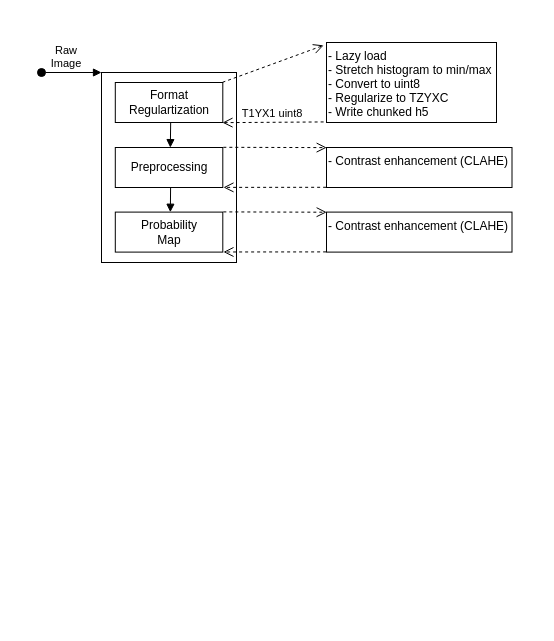
Earlier version of the draw.io diagram docs/Untitled Diagram.drawio (leogolds/MicroscopyPipeline). Source tidied: cells renumbered, new cells numbered last; positions are measured from the earlier drawing's top-left corner, leaving out a move shared by most shapes. Both pictures are drawn from the tidied source at 100%, with x=0, y=0 at pixel (41, 42).
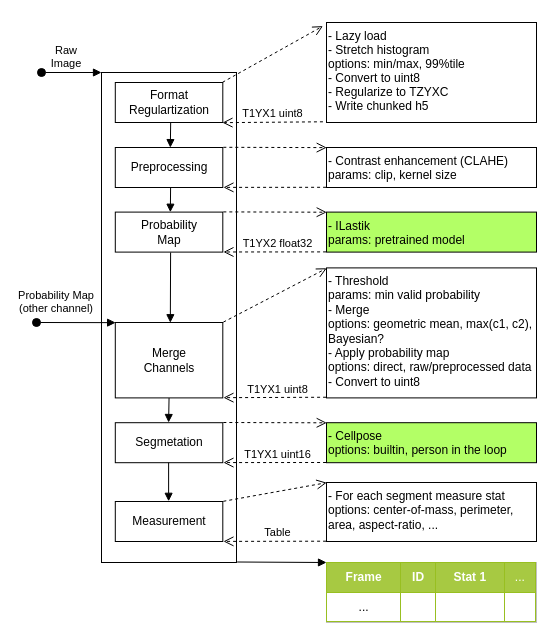
After the change.

Commit message:
image processing pipeline complete

The change refers to these unchanged cells:
```xml
<mxCell id="15" style="verticalAlign=bottom;endArrow=open;dashed=1;endSize=8;exitX=-0.002;exitY=0.995;shadow=0;strokeWidth=1;exitDx=0;exitDy=0;exitPerimeter=0;entryX=1.006;entryY=0.997;entryDx=0;entryDy=0;entryPerimeter=0;" parent="1" edge="1" source="16" target="13">
  <mxGeometry relative="1" as="geometry" />
</mxCell>
```

The edit, as a diff of the source:
```diff
@@
     <mxCell id="2" style="points=[];perimeter=orthogonalPerimeter;rounded=0;shadow=0;strokeWidth=1;" parent="1" vertex="1">
-      <mxGeometry x="60" y="30" width="135" height="190" as="geometry" />
+      <mxGeometry x="60" y="30" width="135" height="490" as="geometry" />
     </mxCell>
@@
-    <mxCell id="6" value="- Lazy load&#10;- Stretch histogram to min/max&#10;- Convert to uint8&#10;- Regularize to TZYXC&#10;- Write chunked h5" style="points=[];perimeter=orthogonalPerimeter;rounded=0;shadow=0;strokeWidth=1;verticalAlign=top;align=left;" parent="1" vertex="1">
-      <mxGeometry x="285" width="170" height="80" as="geometry" />
+    <mxCell id="6" value="- Lazy load&#10;- Stretch histogram&#10;options: min/max, 99%tile&#10;- Convert to uint8&#10;- Regularize to TZYXC&#10;- Write chunked h5" style="points=[];perimeter=orthogonalPerimeter;rounded=0;shadow=0;strokeWidth=1;verticalAlign=top;align=left;" parent="1" vertex="1">
+      <mxGeometry x="285" y="-20" width="210" height="100" as="geometry" />
     </mxCell>
@@
-    <mxCell id="11" value="- Contrast enhancement (CLAHE)" style="points=[];perimeter=orthogonalPerimeter;rounded=0;shadow=0;strokeWidth=1;verticalAlign=top;align=left;" parent="1" vertex="1">
-      <mxGeometry x="285" y="105" width="185.5" height="40" as="geometry" />
+    <mxCell id="11" value="- Contrast enhancement (CLAHE)&#10;params: clip, kernel size" style="points=[];perimeter=orthogonalPerimeter;rounded=0;shadow=0;strokeWidth=1;verticalAlign=top;align=left;" parent="1" vertex="1">
+      <mxGeometry x="285" y="105" width="210" height="40" as="geometry" />
     </mxCell>
@@
+    <mxCell id="18" value="T1YX2 float32" style="edgeLabel;html=1;align=center;verticalAlign=middle;" parent="15" vertex="1">
+      <mxGeometry x="0.5" y="2" relative="1" as="geometry">
+        <mxPoint x="28" y="-11" as="offset" />
+      </mxGeometry>
+    </mxCell>
-    <mxCell id="16" value="- Contrast enhancement (CLAHE)" style="points=[];perimeter=orthogonalPerimeter;rounded=0;shadow=0;strokeWidth=1;verticalAlign=top;align=left;" parent="1" vertex="1">
-      <mxGeometry x="285" y="169.6" width="185.5" height="40" as="geometry" />
+    <mxCell id="16" value="- ILastik&#10;params: pretrained model" style="points=[];perimeter=orthogonalPerimeter;rounded=0;shadow=0;strokeWidth=1;verticalAlign=top;align=left;labelBackgroundColor=none;fillColor=#B3FF66;" parent="1" vertex="1">
+      <mxGeometry x="285" y="169.6" width="210" height="40" as="geometry" />
     </mxCell>
@@
+    <mxCell id="19" value="Merge&#10;Channels" style="points=[];perimeter=orthogonalPerimeter;rounded=0;shadow=0;strokeWidth=1;whiteSpace=wrap;" parent="1" vertex="1">
+      <mxGeometry x="73.8" y="280" width="107.5" height="75.4" as="geometry" />
+    </mxCell>
+    <mxCell id="20" style="verticalAlign=bottom;endArrow=block;shadow=0;strokeWidth=1;exitX=0.515;exitY=1.011;exitDx=0;exitDy=0;exitPerimeter=0;entryX=0.512;entryY=0.003;entryDx=0;entryDy=0;entryPerimeter=0;" parent="1" edge="1" target="19">
+      <mxGeometry relative="1" as="geometry">
+        <mxPoint x="129.1" y="210" as="sourcePoint" />
+      </mxGeometry>
+    </mxCell>
+    <mxCell id="21" style="verticalAlign=bottom;endArrow=open;dashed=1;endSize=8;exitX=-0.002;exitY=0.995;shadow=0;strokeWidth=1;exitDx=0;exitDy=0;exitPerimeter=0;entryX=1.006;entryY=0.997;entryDx=0;entryDy=0;entryPerimeter=0;" parent="1" edge="1" source="23" target="19">
+      <mxGeometry relative="1" as="geometry" />
+    </mxCell>
+    <mxCell id="22" value="T1YX1 uint8" style="edgeLabel;html=1;align=center;verticalAlign=middle;" parent="21" vertex="1">
+      <mxGeometry x="0.5" y="2" relative="1" as="geometry">
+        <mxPoint x="28" y="-11" as="offset" />
+      </mxGeometry>
+    </mxCell>
+    <mxCell id="23" value="- Threshold&#10;params: min valid probability&#10;- Merge&#10;options: geometric mean, max(c1, c2), Bayesian?&#10;- Apply probability map&#10;options: direct, raw/preprocessed data&#10;- Convert to uint8" style="points=[];perimeter=orthogonalPerimeter;rounded=0;shadow=0;strokeWidth=1;verticalAlign=top;align=left;whiteSpace=wrap;" parent="1" vertex="1">
+      <mxGeometry x="285" y="225.4" width="210" height="130" as="geometry" />
+    </mxCell>
+    <mxCell id="24" style="verticalAlign=bottom;endArrow=open;dashed=1;endSize=8;shadow=0;strokeWidth=1;entryX=0.001;entryY=0.003;entryDx=0;entryDy=0;entryPerimeter=0;exitX=1.005;exitY=-0.005;exitDx=0;exitDy=0;exitPerimeter=0;" parent="1" edge="1" source="19" target="23">
+      <mxGeometry relative="1" as="geometry" />
+    </mxCell>
+    <mxCell id="25" value="Probability Map &#10;(other channel)" style="verticalAlign=bottom;startArrow=oval;endArrow=block;startSize=8;shadow=0;strokeWidth=1;entryX=0.003;entryY=0.002;entryDx=0;entryDy=0;entryPerimeter=0;" parent="1" edge="1" target="19">
+      <mxGeometry x="-0.49" y="5" relative="1" as="geometry">
+        <mxPoint x="-5" y="280" as="sourcePoint" />
+      </mxGeometry>
+    </mxCell>
+    <mxCell id="26" value="Segmetation" style="points=[];perimeter=orthogonalPerimeter;rounded=0;shadow=0;strokeWidth=1;whiteSpace=wrap;" parent="1" vertex="1">
+      <mxGeometry x="73.8" y="380.2" width="107.5" height="40" as="geometry" />
+    </mxCell>
+    <mxCell id="27" style="verticalAlign=bottom;endArrow=block;shadow=0;strokeWidth=1;exitX=0.5;exitY=1.002;exitDx=0;exitDy=0;exitPerimeter=0;entryX=0.496;entryY=-0.005;entryDx=0;entryDy=0;entryPerimeter=0;" parent="1" edge="1" source="19" target="26">
+      <mxGeometry relative="1" as="geometry" />
+    </mxCell>
+    <mxCell id="28" style="verticalAlign=bottom;endArrow=open;dashed=1;endSize=8;exitX=-0.002;exitY=0.995;shadow=0;strokeWidth=1;exitDx=0;exitDy=0;exitPerimeter=0;entryX=1.006;entryY=0.997;entryDx=0;entryDy=0;entryPerimeter=0;" parent="1" edge="1" source="30" target="26">
+      <mxGeometry relative="1" as="geometry" />
+    </mxCell>
+    <mxCell id="29" value="T1YX1 uint16" style="edgeLabel;html=1;align=center;verticalAlign=middle;" parent="28" vertex="1">
+      <mxGeometry x="0.5" y="2" relative="1" as="geometry">
+        <mxPoint x="28" y="-11" as="offset" />
+      </mxGeometry>
+    </mxCell>
+    <mxCell id="30" value="- Cellpose&#10;options: builtin, person in the loop" style="points=[];perimeter=orthogonalPerimeter;rounded=0;shadow=0;strokeWidth=1;verticalAlign=top;align=left;fillColor=#B3FF66;" parent="1" vertex="1">
+      <mxGeometry x="285" y="380.2" width="210" height="40" as="geometry" />
+    </mxCell>
+    <mxCell id="31" style="verticalAlign=bottom;endArrow=open;dashed=1;endSize=8;shadow=0;strokeWidth=1;entryX=0.001;entryY=0.003;entryDx=0;entryDy=0;entryPerimeter=0;exitX=1.005;exitY=-0.005;exitDx=0;exitDy=0;exitPerimeter=0;" parent="1" edge="1" source="26" target="30">
+      <mxGeometry relative="1" as="geometry" />
+    </mxCell>
+    <mxCell id="32" style="verticalAlign=bottom;startArrow=none;endArrow=block;startSize=8;shadow=0;strokeWidth=1;startFill=0;exitX=1.005;exitY=0.999;exitDx=0;exitDy=0;exitPerimeter=0;entryX=0;entryY=0;entryDx=0;entryDy=0;" parent="1" edge="1" source="2" target="39">
+      <mxGeometry x="-0.49" y="5" relative="1" as="geometry" />
+    </mxCell>
+    <mxCell id="33" value="Measurement" style="points=[];perimeter=orthogonalPerimeter;rounded=0;shadow=0;strokeWidth=1;whiteSpace=wrap;" parent="1" vertex="1">
+      <mxGeometry x="73.8" y="459" width="107.5" height="40" as="geometry" />
+    </mxCell>
+    <mxCell id="34" style="verticalAlign=bottom;endArrow=block;shadow=0;strokeWidth=1;exitX=0.496;exitY=0.997;exitDx=0;exitDy=0;exitPerimeter=0;entryX=0.496;entryY=-0.005;entryDx=0;entryDy=0;entryPerimeter=0;" parent="1" edge="1" source="26" target="33">
+      <mxGeometry relative="1" as="geometry" />
+    </mxCell>
+    <mxCell id="35" style="verticalAlign=bottom;endArrow=open;dashed=1;endSize=8;exitX=-0.002;exitY=0.995;shadow=0;strokeWidth=1;exitDx=0;exitDy=0;exitPerimeter=0;entryX=1.006;entryY=0.997;entryDx=0;entryDy=0;entryPerimeter=0;" parent="1" edge="1" source="37" target="33">
+      <mxGeometry relative="1" as="geometry" />
+    </mxCell>
+    <mxCell id="36" value="Table" style="edgeLabel;html=1;align=center;verticalAlign=middle;" parent="35" vertex="1">
+      <mxGeometry x="0.5" y="2" relative="1" as="geometry">
+        <mxPoint x="28" y="-11" as="offset" />
+      </mxGeometry>
+    </mxCell>
+    <mxCell id="37" value="- For each segment measure stat&#10;options: center-of-mass, perimeter, area, aspect-ratio, ..." style="points=[];perimeter=orthogonalPerimeter;rounded=0;shadow=0;strokeWidth=1;verticalAlign=top;align=left;fillColor=#FFFFFF;whiteSpace=wrap;" parent="1" vertex="1">
+      <mxGeometry x="285" y="440" width="210" height="59" as="geometry" />
+    </mxCell>
+    <mxCell id="38" style="verticalAlign=bottom;endArrow=open;dashed=1;endSize=8;shadow=0;strokeWidth=1;entryX=0.001;entryY=0.003;entryDx=0;entryDy=0;entryPerimeter=0;exitX=1.005;exitY=-0.005;exitDx=0;exitDy=0;exitPerimeter=0;" parent="1" edge="1" source="33" target="37">
+      <mxGeometry relative="1" as="geometry" />
+    </mxCell>
+    <mxCell id="39" value="&lt;table border=&quot;1&quot; width=&quot;100%&quot; height=&quot;100%&quot; cellpadding=&quot;4&quot; style=&quot;width:100%;height:100%;border-collapse:collapse;&quot;&gt;&lt;tbody&gt;&lt;tr style=&quot;background-color:#A7C942;color:#ffffff;border:1px solid #98bf21;&quot;&gt;&lt;th&gt;Frame&lt;/th&gt;&lt;th&gt;ID&lt;/th&gt;&lt;th&gt;Stat 1&lt;/th&gt;&lt;td&gt;...&lt;/td&gt;&lt;/tr&gt;&lt;tr style=&quot;border:1px solid #98bf21;&quot;&gt;&lt;td&gt;...&lt;/td&gt;&lt;td&gt;&lt;br&gt;&lt;/td&gt;&lt;td&gt;&lt;/td&gt;&lt;td&gt;&lt;br&gt;&lt;/td&gt;&lt;/tr&gt;&lt;/tbody&gt;&lt;/table&gt;" style="text;html=1;strokeColor=#c0c0c0;fillColor=#ffffff;overflow=fill;rounded=0;labelBackgroundColor=none;align=center;" parent="1" vertex="1">
+      <mxGeometry x="285" y="520" width="210" height="60" as="geometry" />
+    </mxCell>
```
